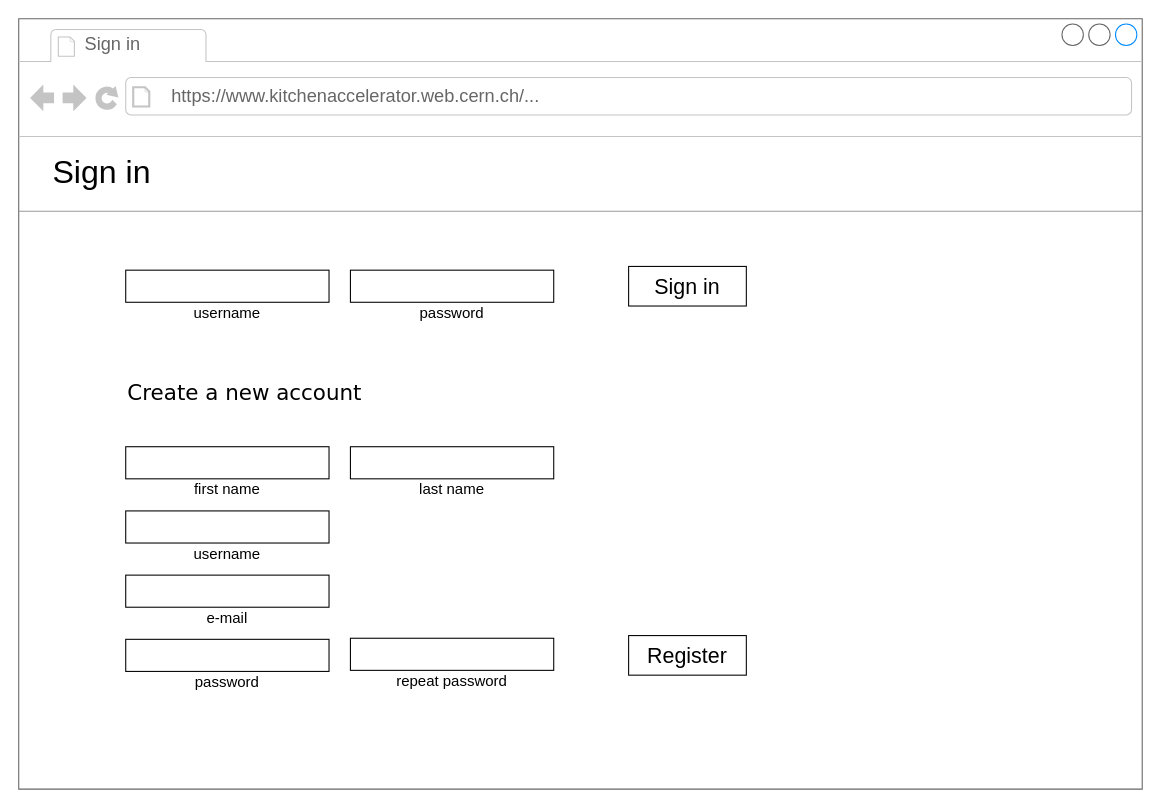
Above: page "Sign in" (5 of 5) of media/wireframes/wireframes.drawio in DEUCE1957/kitchen-accelerator (draw.io), before the change. Source tidied: cells renumbered, new cells numbered last; positions are measured from the earlier drawing's top-left corner, leaving out a move shared by most shapes. Both pictures are drawn from the tidied source at 107%, with x=0, y=0 at pixel (18, 18).
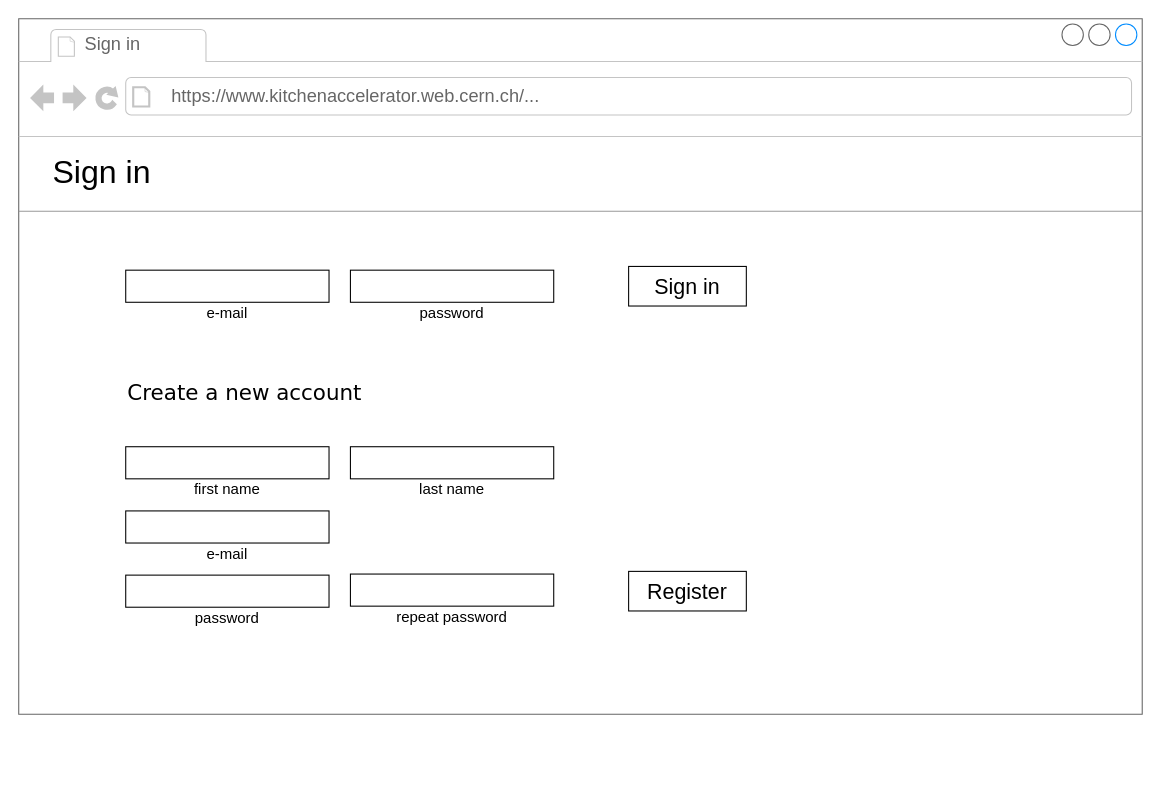
After the change.

Commit message (it also covers changes not shown here):
updated sign-in page

Change to the diagram source:
```diff
@@
     <mxCell id="2" style="strokeWidth=1;shadow=0;dashed=0;align=center;html=1;shape=mxgraph.mockup.containers.browserWindow;rSize=0;fillColor=#ffffff;strokeColor=#666666;mainText=,;rounded=0;labelBackgroundColor=none;fontFamily=Helvetica;fontSize=12;fontColor=#000000;" parent="1" vertex="1">
-      <mxGeometry width="1050" height="720" as="geometry" />
+      <mxGeometry width="1050" height="650" as="geometry" />
     </mxCell>
@@
-    <mxCell id="8" value="username" style="text;html=1;strokeColor=none;fillColor=none;align=center;verticalAlign=middle;whiteSpace=wrap;rounded=0;fontFamily=Helvetica;fontSize=14;" parent="2" vertex="1">
+    <mxCell id="8" value="e-mail" style="text;html=1;strokeColor=none;fillColor=none;align=center;verticalAlign=middle;whiteSpace=wrap;rounded=0;fontFamily=Helvetica;fontSize=14;" parent="2" vertex="1">
       <mxGeometry x="100" y="265" width="190" height="20" as="geometry" />
     </mxCell>
@@
     <mxCell id="13" style="rounded=0;whiteSpace=wrap;html=1;fontFamily=Helvetica;fontSize=14;" parent="2" vertex="1">
-      <mxGeometry x="310" y="579" width="190" height="30" as="geometry" />
+      <mxGeometry x="310" y="519" width="190" height="30" as="geometry" />
     </mxCell>
     <mxCell id="14" value="repeat password" style="text;html=1;strokeColor=none;fillColor=none;align=center;verticalAlign=middle;whiteSpace=wrap;rounded=0;fontFamily=Helvetica;fontSize=14;" parent="2" vertex="1">
-      <mxGeometry x="310" y="609" width="190" height="20" as="geometry" />
+      <mxGeometry x="310" y="549" width="190" height="20" as="geometry" />
     </mxCell>
@@
     <mxCell id="17" style="rounded=0;whiteSpace=wrap;html=1;fontFamily=Helvetica;fontSize=14;" parent="2" vertex="1">
-      <mxGeometry x="100" y="580" width="190" height="30" as="geometry" />
+      <mxGeometry x="100" y="520" width="190" height="30" as="geometry" />
     </mxCell>
     <mxCell id="18" value="password" style="text;html=1;strokeColor=none;fillColor=none;align=center;verticalAlign=middle;whiteSpace=wrap;rounded=0;fontFamily=Helvetica;fontSize=14;" parent="2" vertex="1">
-      <mxGeometry x="100" y="610" width="190" height="20" as="geometry" />
+      <mxGeometry x="100" y="550" width="190" height="20" as="geometry" />
     </mxCell>
     <mxCell id="19" value="Register" style="rounded=0;whiteSpace=wrap;html=1;fontSize=20;fontFamily=Helvetica;" parent="2" vertex="1">
-      <mxGeometry x="570" y="576.5" width="110" height="37" as="geometry" />
+      <mxGeometry x="570" y="516.5" width="110" height="37" as="geometry" />
     </mxCell>
@@
     <mxCell id="21" style="rounded=0;whiteSpace=wrap;html=1;fontFamily=Helvetica;fontSize=14;" parent="2" vertex="1">
-      <mxGeometry x="100" y="520" width="190" height="30" as="geometry" />
+      <mxGeometry x="100" y="460" width="190" height="30" as="geometry" />
     </mxCell>
     <mxCell id="22" value="e-mail" style="text;html=1;strokeColor=none;fillColor=none;align=center;verticalAlign=middle;whiteSpace=wrap;rounded=0;fontFamily=Helvetica;fontSize=14;" parent="2" vertex="1">
-      <mxGeometry x="100" y="550" width="190" height="20" as="geometry" />
+      <mxGeometry x="100" y="490" width="190" height="20" as="geometry" />
     </mxCell>
@@
-    <mxCell id="24" style="rounded=0;whiteSpace=wrap;html=1;fontFamily=Helvetica;fontSize=14;" parent="1" vertex="1">
-      <mxGeometry x="100" y="460" width="190" height="30" as="geometry" />
-    </mxCell>
-    <mxCell id="25" value="username" style="text;html=1;strokeColor=none;fillColor=none;align=center;verticalAlign=middle;whiteSpace=wrap;rounded=0;fontFamily=Helvetica;fontSize=14;" parent="1" vertex="1">
-      <mxGeometry x="100" y="490" width="190" height="20" as="geometry" />
-    </mxCell>
```
